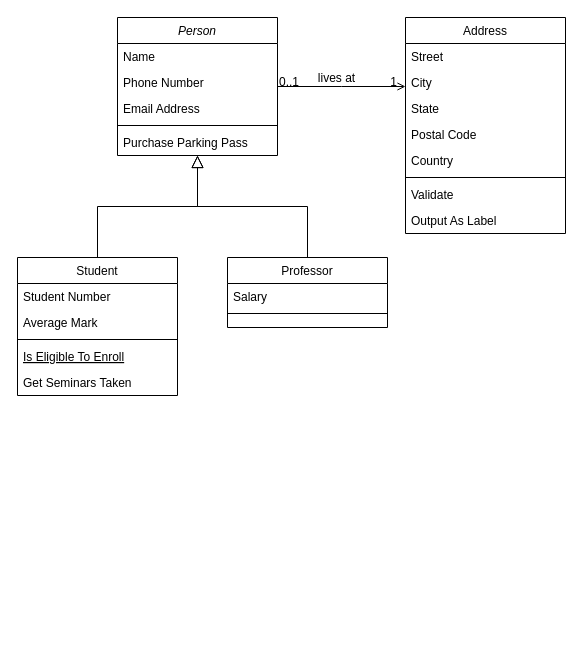
Earlier version of the draw.io diagram design/名称未設定ファイル.drawio (TaneyakuAmami/practice). Source tidied: cells renumbered, new cells numbered last; positions are measured from the earlier drawing's top-left corner, leaving out a move shared by most shapes. Both pictures are drawn from the tidied source at 100%, with x=0, y=0 at pixel (17, 17).
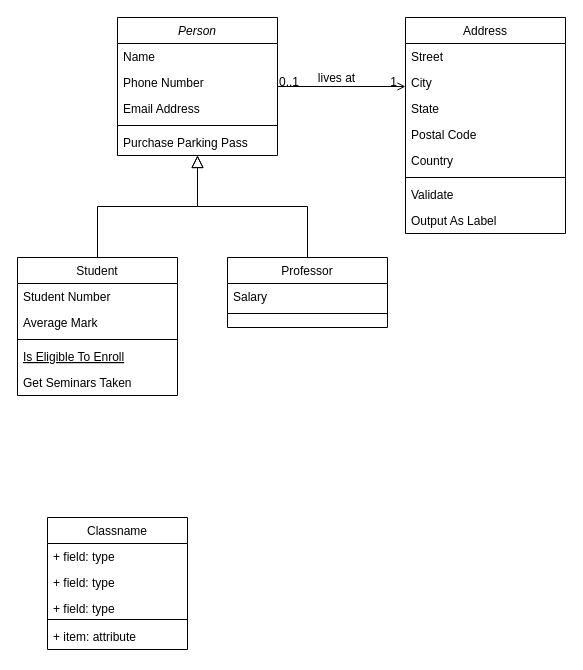
Above is the later version.

The edit, as a diff of the source:
```diff
@@
+    <mxCell id="32" value="Classname" style="swimlane;fontStyle=0;horizontal=1;startSize=26;fillColor=none;" parent="1" vertex="1">
+      <mxGeometry x="30" y="500" width="140" height="132" as="geometry" />
+    </mxCell>
+    <mxCell id="33" value="+ field: type" style="text;strokeColor=none;fillColor=none;align=left;verticalAlign=top;spacingLeft=4;spacingRight=4;overflow=hidden;" parent="32" vertex="1">
+      <mxGeometry y="26" width="140" height="26" as="geometry" />
+    </mxCell>
+    <mxCell id="34" value="+ field: type" style="text;strokeColor=none;fillColor=none;align=left;verticalAlign=top;spacingLeft=4;spacingRight=4;overflow=hidden;" parent="32" vertex="1">
+      <mxGeometry y="52" width="140" height="26" as="geometry" />
+    </mxCell>
+    <mxCell id="35" value="+ field: type" style="text;strokeColor=none;fillColor=none;align=left;verticalAlign=top;spacingLeft=4;spacingRight=4;overflow=hidden;" parent="32" vertex="1">
+      <mxGeometry y="78" width="140" height="20" as="geometry" />
+    </mxCell>
+    <mxCell id="36" style="line;strokeWidth=1;fillColor=none;align=left;verticalAlign=middle;spacingTop=-1;spacingLeft=3;spacingRight=3;labelPosition=right;strokeColor=inherit;" parent="32" vertex="1">
+      <mxGeometry y="98" width="140" height="8" as="geometry" />
+    </mxCell>
+    <mxCell id="37" value="+ item: attribute" style="text;strokeColor=none;fillColor=none;align=left;verticalAlign=top;spacingLeft=4;spacingRight=4;overflow=hidden;" parent="32" vertex="1">
+      <mxGeometry y="106" width="140" height="26" as="geometry" />
+    </mxCell>
```
